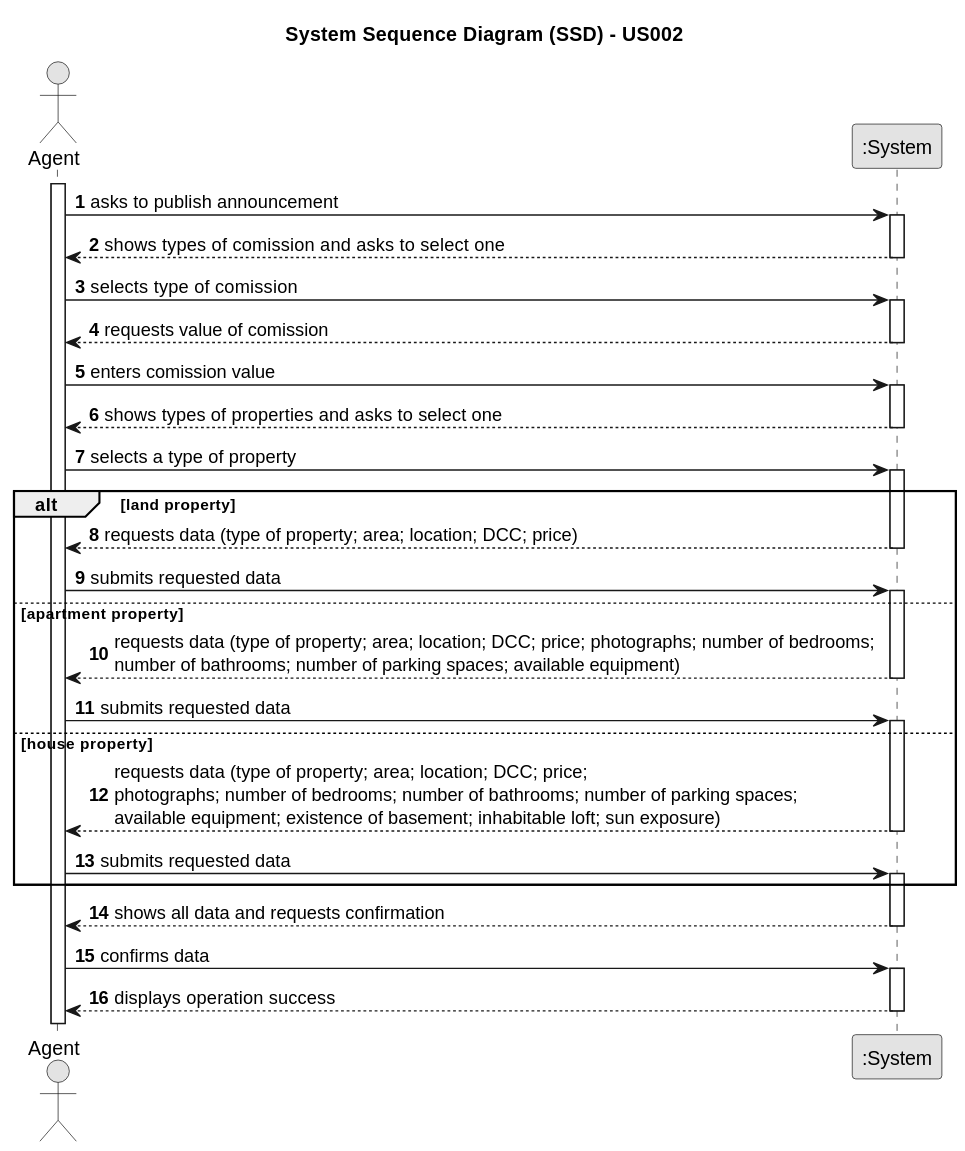
Before: docs/sprintA/us002/01.requirements-engineering/svg/us002-system-sequence-diagram.svg, a diagram exported from PlantUML (rita-barbosa/LAPR2-2223).
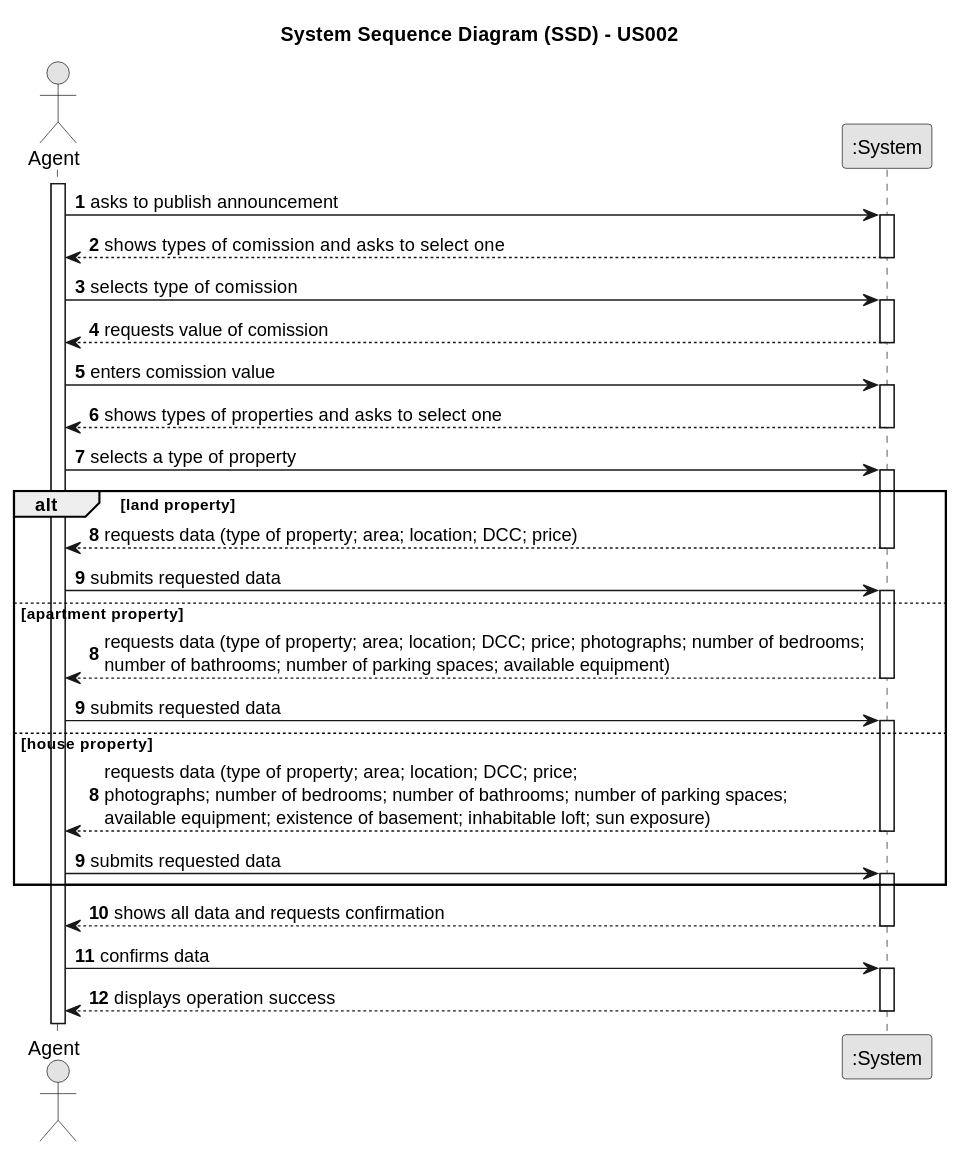
After the change.

Commit message:
Update of the Use Case Diagram (UCD)

The edit, as a diff of the source:
```diff
@@ -34,18 +34,20 @@
         activate System
 
     alt land property
+    autonumber 8
        System --> Employee : requests data (type of property; area; location; DCC; price)
           deactivate System
       Employee -> System : submits requested data
               activate System
 
     else apartment property
+     autonumber 8
       System --> Employee : requests data (type of property; area; location; DCC; price; photographs; number of bedrooms; \nnumber of bathrooms; number of parking spaces; available equipment)
         deactivate System
     Employee -> System : submits requested data
             activate System
     else house property
-
+     autonumber 8
       System --> Employee : requests data (type of property; area; location; DCC; price; \nphotographs; number of bedrooms; number of bathrooms; number of parking spaces; \navailable equipment; existence of basement; inhabitable loft; sun exposure)
         deactivate System
 
```
